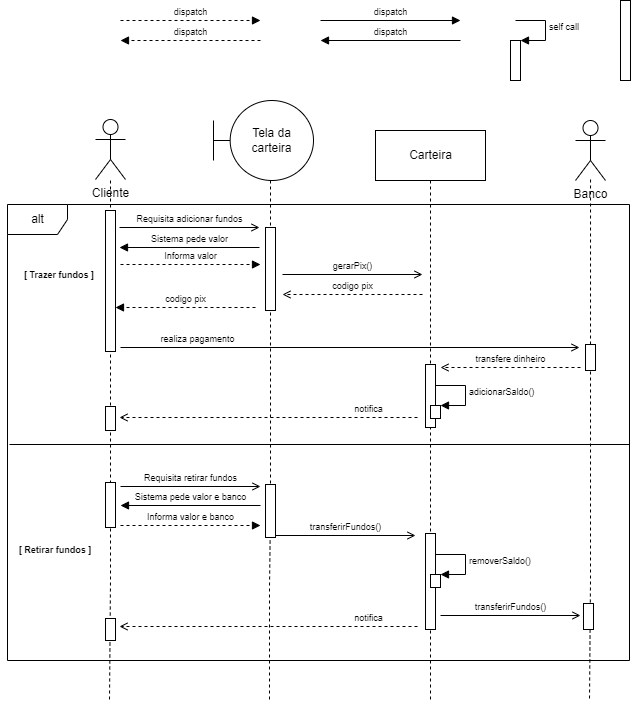
EijiDogen/FEI_MDSMarket keeps this draw.io diagram as MarketDiagramasDeSequencia/MarketSequencia05.drawio.png. Above is the earlier version. Source tidied: cells renumbered, new cells last; positions are measured from the earlier drawing's top-left corner, leaving out a move shared by most shapes.
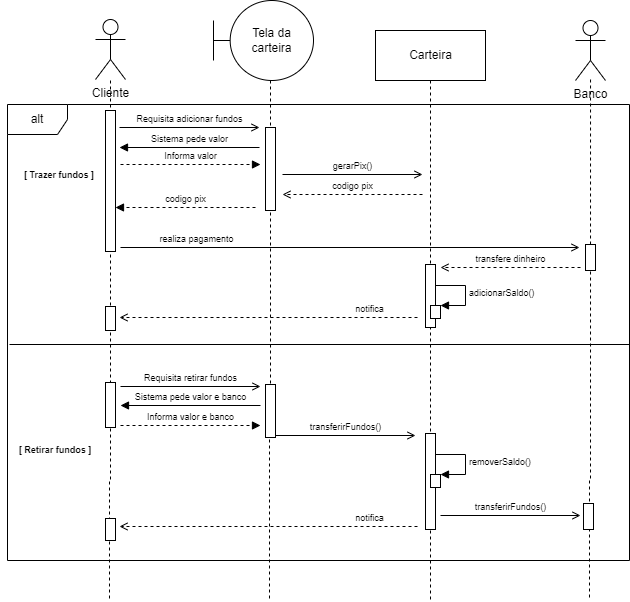
The same diagram one commit later.

Change to the diagram source:
```diff
@@ -60,9 +60,6 @@
       </mxGeometry>
     </mxCell>
     <mxCell id="13" value="Active" parent="0" />
-    <mxCell id="14" style="html=1;perimeter=orthogonalPerimeter;fontSize=9;" parent="13" vertex="1">
-      <mxGeometry x="620" width="10" height="80" as="geometry" />
-    </mxCell>
     <mxCell id="15" style="html=1;perimeter=orthogonalPerimeter;fontSize=9;" parent="13" vertex="1">
       <mxGeometry x="105" y="210" width="10" height="141" as="geometry" />
     </mxCell>
@@ -191,41 +188,6 @@
         <mxPoint x="259" y="227" as="targetPoint" />
       </mxGeometry>
     </mxCell>
-    <mxCell id="43" value="dispatch" style="html=1;verticalAlign=bottom;endArrow=block;rounded=0;fontSize=9;" parent="41" edge="1">
-      <mxGeometry relative="1" as="geometry">
-        <mxPoint x="320" y="20" as="sourcePoint" />
-        <mxPoint x="460" y="20" as="targetPoint" />
-      </mxGeometry>
-    </mxCell>
-    <mxCell id="44" value="dispatch" style="html=1;verticalAlign=bottom;endArrow=block;rounded=0;dashed=1;fontSize=9;" parent="41" edge="1">
-      <mxGeometry relative="1" as="geometry">
-        <mxPoint x="120" y="20" as="sourcePoint" />
-        <mxPoint x="260" y="20" as="targetPoint" />
-      </mxGeometry>
-    </mxCell>
-    <mxCell id="45" value="dispatch" style="html=1;verticalAlign=bottom;endArrow=block;rounded=0;fontSize=9;" parent="41" edge="1">
-      <mxGeometry relative="1" as="geometry">
-        <mxPoint x="460" y="40" as="sourcePoint" />
-        <mxPoint x="320" y="40" as="targetPoint" />
-      </mxGeometry>
-    </mxCell>
-    <mxCell id="46" value="dispatch" style="html=1;verticalAlign=bottom;endArrow=block;rounded=0;dashed=1;fontSize=9;" parent="41" edge="1">
-      <mxGeometry relative="1" as="geometry">
-        <mxPoint x="260" y="40" as="sourcePoint" />
-        <mxPoint x="120" y="40" as="targetPoint" />
-      </mxGeometry>
-    </mxCell>
-    <mxCell id="47" style="html=1;points=[];perimeter=orthogonalPerimeter;fontSize=9;" parent="41" vertex="1">
-      <mxGeometry x="510" y="40" width="10" height="40" as="geometry" />
-    </mxCell>
-    <mxCell id="48" value="self call" style="edgeStyle=orthogonalEdgeStyle;html=1;align=left;spacingLeft=2;endArrow=block;rounded=0;entryX=1;entryY=0;fontSize=9;" parent="41" edge="1" target="47">
-      <mxGeometry relative="1" as="geometry">
-        <mxPoint x="515" y="20" as="sourcePoint" />
-        <Array as="points">
-          <mxPoint x="545" y="20" />
-        </Array>
-      </mxGeometry>
-    </mxCell>
     <mxCell id="49" value="codigo pix" style="html=1;verticalAlign=bottom;endArrow=open;rounded=0;fontSize=9;dashed=1;endFill=0;" parent="41" edge="1">
       <mxGeometry relative="1" as="geometry">
         <mxPoint x="422" y="294" as="sourcePoint" />
```
